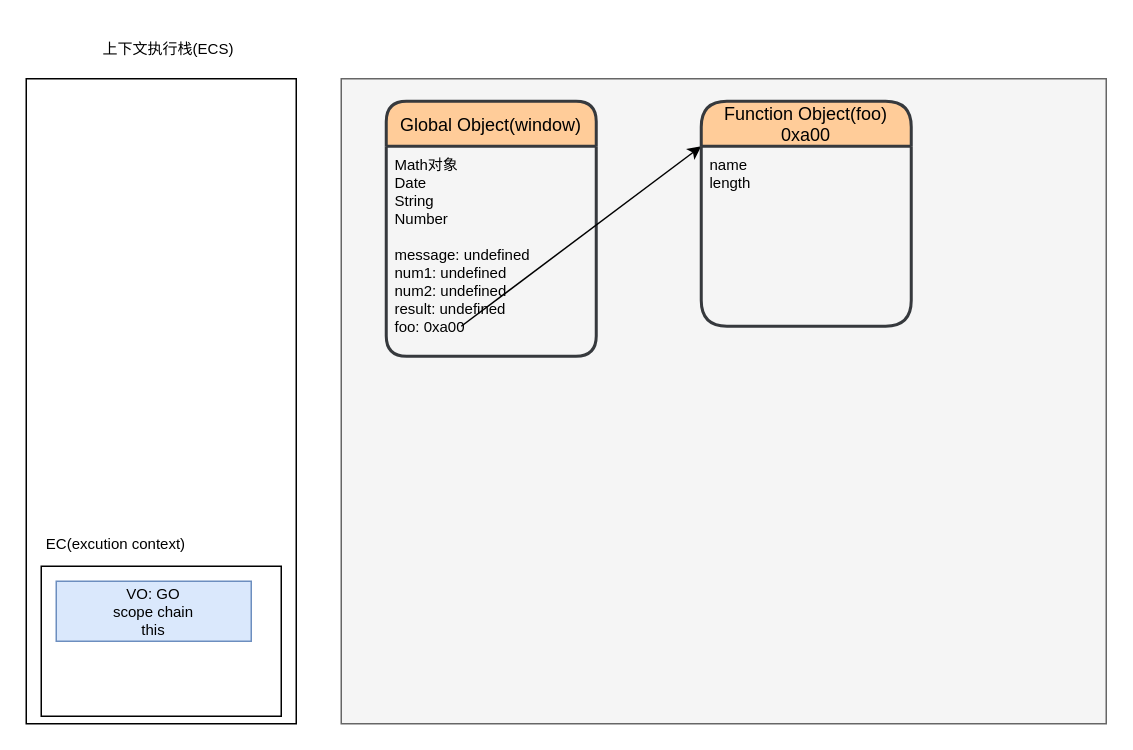
Earlier version of the draw.io diagram page "执行前" (1 of 2) of Learn_JavaScript_Advance/02_浏览器和JS的原理/draw/01_全局代码的执行过程.dio (AylaHuwangwl/Js-advanced). Source tidied: cells renumbered, new cells numbered last; positions are measured from the earlier drawing's top-left corner, leaving out a move shared by most shapes. Both pictures are drawn from the tidied source at 150%, with x=0, y=0 at pixel (26, 26).
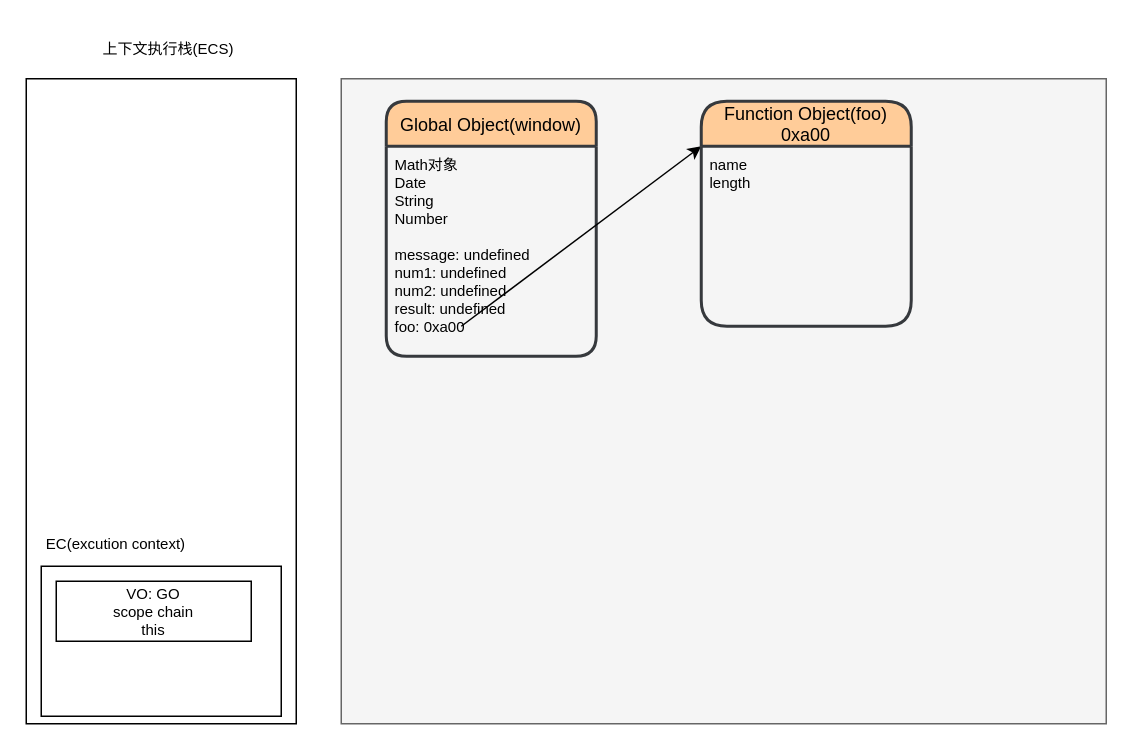
After the change.

What changed in the source:
```diff
@@
 <mxGraphModel>
   <root>
     <mxCell id="0" />
     <mxCell id="1" parent="0" />
     <mxCell id="2" style="rounded=0;whiteSpace=wrap;html=1;" parent="1" vertex="1">
       <mxGeometry y="35" width="180" height="430" as="geometry" />
     </mxCell>
     <mxCell id="3" style="rounded=0;whiteSpace=wrap;html=1;fillColor=#f5f5f5;strokeColor=#666666;fontColor=#333333;" parent="1" vertex="1">
       <mxGeometry x="210" y="35" width="510" height="430" as="geometry" />
     </mxCell>
     <mxCell id="4" value="Global Object(window)" style="swimlane;horizontal=1;startSize=30;rounded=1;fontSize=12;fontStyle=0;strokeWidth=2;shadow=0;dashed=0;align=center;fillColor=#ffcc99;strokeColor=#36393d;" parent="1" vertex="1">
       <mxGeometry x="240" y="50" width="140" height="170" as="geometry" />
     </mxCell>
     <mxCell id="5" value="Math对象&#10;Date&#10;String&#10;Number&#10;&#10;message: undefined&#10;num1: undefined&#10;num2: undefined&#10;result: undefined&#10;foo: 0xa00" style="align=left;strokeColor=none;fillColor=none;spacingLeft=4;fontSize=10;verticalAlign=top;" parent="4" vertex="1">
       <mxGeometry y="30" width="140" height="140" as="geometry" />
     </mxCell>
     <mxCell id="6" style="endArrow=classic;html=1;fontSize=10;entryX=0;entryY=0;entryDx=0;entryDy=0;" parent="4" edge="1" target="11">
       <mxGeometry relative="1" as="geometry">
         <mxPoint x="50" y="150" as="sourcePoint" />
       </mxGeometry>
     </mxCell>
     <mxCell id="7" value="上下文执行栈(ECS)" style="text;html=1;strokeColor=none;fillColor=none;align=center;verticalAlign=middle;whiteSpace=wrap;rounded=0;fontSize=10;" parent="1" vertex="1">
       <mxGeometry x="50" width="90" height="30" as="geometry" />
     </mxCell>
     <mxCell id="8" style="rounded=0;whiteSpace=wrap;html=1;fontSize=10;" parent="1" vertex="1">
       <mxGeometry x="10" y="360" width="160" height="100" as="geometry" />
     </mxCell>
     <mxCell id="9" value="EC(excution context)" style="text;html=1;strokeColor=none;fillColor=none;align=center;verticalAlign=middle;whiteSpace=wrap;rounded=0;fontSize=10;" parent="1" vertex="1">
       <mxGeometry x="10" y="330" width="100" height="30" as="geometry" />
     </mxCell>
     <mxCell id="10" value="Function Object(foo)&#10;0xa00" style="swimlane;horizontal=1;startSize=30;rounded=1;fontSize=12;fontStyle=0;strokeWidth=2;shadow=0;dashed=0;align=center;fillColor=#ffcc99;strokeColor=#36393d;arcSize=19;" parent="1" vertex="1">
       <mxGeometry x="450" y="50" width="140" height="150" as="geometry" />
     </mxCell>
     <mxCell id="11" value="name&#10;length" style="align=left;strokeColor=none;fillColor=none;spacingLeft=4;fontSize=10;verticalAlign=top;" parent="10" vertex="1">
       <mxGeometry y="30" width="140" height="120" as="geometry" />
     </mxCell>
-    <mxCell id="12" value="VO: GO&lt;br&gt;scope chain&lt;br&gt;this" style="rounded=0;whiteSpace=wrap;html=1;fontSize=10;fillColor=#dae8fc;strokeColor=#6c8ebf;" parent="1" vertex="1">
+    <mxCell id="12" value="VO: GO&lt;br&gt;scope chain&lt;br&gt;this" style="rounded=0;whiteSpace=wrap;html=1;fontSize=10;" parent="1" vertex="1">
       <mxGeometry x="20" y="370" width="130" height="40" as="geometry" />
     </mxCell>
   </root>
 </mxGraphModel>
```
